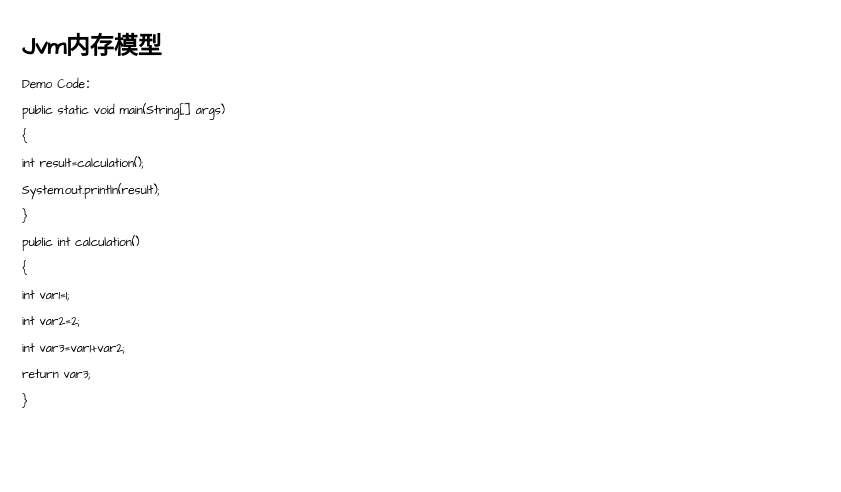
This is draw.io/Java学习笔记-JVM.drawio from risfeng/resources, a draw.io file, before an edit. Source tidied: cells renumbered, new cells numbered last; positions are measured from the earlier drawing's top-left corner, leaving out a move shared by most shapes. Both pictures are drawn from the tidied source at 100%, with x=0, y=0 at pixel (17, 27).
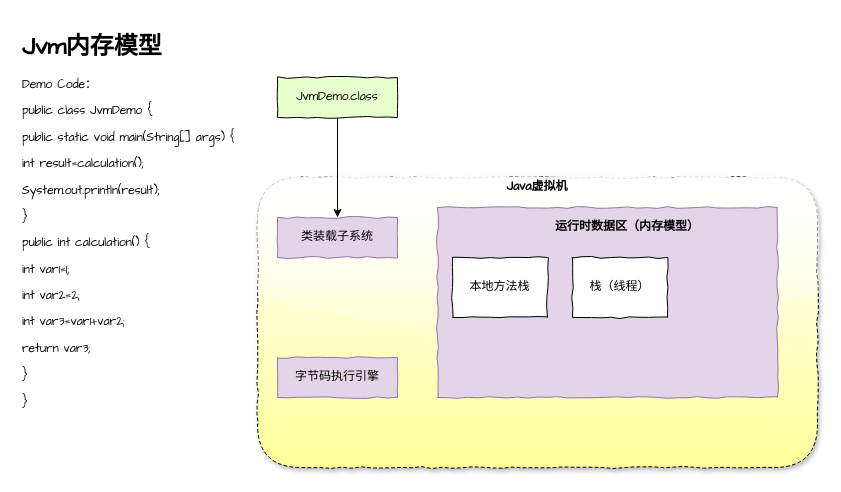
Above is the later version.

Commit message (it also covers changes not shown here):
更新Java学习笔记-JVM.drawio

Change to the diagram source:
```diff
@@
 <mxGraphModel>
   <root>
     <mxCell id="0" />
     <mxCell id="1" parent="0" />
-    <mxCell id="2" value="&lt;h1&gt;Jvm内存模型&lt;/h1&gt;&lt;p&gt;Demo Code：&lt;/p&gt;&lt;p&gt;public static void main(String[] args)&lt;/p&gt;&lt;p&gt;{&lt;/p&gt;&lt;p&gt;int result=calculation();&lt;/p&gt;&lt;p&gt;System.out.println(result);&lt;/p&gt;&lt;p&gt;}&lt;/p&gt;&lt;p&gt;&lt;span&gt;public int calculation()&lt;/span&gt;&lt;br&gt;&lt;/p&gt;&lt;p&gt;{&lt;/p&gt;&lt;p&gt;int var1=1;&lt;/p&gt;&lt;p&gt;int var2=2;&lt;/p&gt;&lt;p&gt;int var3=var1+var2;&lt;/p&gt;&lt;p&gt;return var3;&lt;/p&gt;&lt;p&gt;}&lt;/p&gt;" style="text;html=1;strokeColor=none;fillColor=none;spacing=5;spacingTop=-20;whiteSpace=wrap;overflow=hidden;rounded=0;fontFamily=Comic Sans MS;comic=1;" parent="1" vertex="1">
-      <mxGeometry width="260" height="410" as="geometry" />
+    <mxCell id="2" value="&lt;h1&gt;Jvm内存模型&lt;/h1&gt;&lt;p&gt;Demo Code：&lt;/p&gt;&lt;p&gt;public class JvmDemo {&lt;/p&gt;&lt;p&gt;public static void main(String[] args)&amp;nbsp;&lt;span&gt;{&lt;/span&gt;&lt;/p&gt;&lt;p&gt;int result=calculation();&lt;/p&gt;&lt;p&gt;System.out.println(result);&lt;/p&gt;&lt;p&gt;}&lt;/p&gt;&lt;p&gt;&lt;span&gt;public int calculation()&amp;nbsp;&lt;/span&gt;&lt;span&gt;{&lt;/span&gt;&lt;/p&gt;&lt;p&gt;int var1=1;&lt;/p&gt;&lt;p&gt;int var2=2;&lt;/p&gt;&lt;p&gt;int var3=var1+var2;&lt;/p&gt;&lt;p&gt;return var3;&lt;/p&gt;&lt;p&gt;}&lt;/p&gt;&lt;p&gt;}&lt;/p&gt;" style="text;html=1;strokeColor=none;fillColor=none;spacing=5;spacingTop=-20;whiteSpace=wrap;overflow=hidden;rounded=0;fontFamily=Comic Sans MS;comic=1;" parent="1" vertex="1">
+      <mxGeometry width="260" height="440" as="geometry" />
     </mxCell>
+    <mxCell id="3" style="group;" parent="1" vertex="1">
+      <mxGeometry x="240" y="150" width="560" height="290" as="geometry" />
+    </mxCell>
+    <mxCell id="4" style="rounded=1;html=1;comic=1;fontFamily=Comic Sans MS;textOpacity=0;dashed=1;fillColor=#ffffff;gradientColor=#FFFF99;glass=1;shadow=1;" parent="3" vertex="1">
+      <mxGeometry width="560" height="290" as="geometry" />
+    </mxCell>
+    <mxCell id="5" value="Java虚拟机" style="text;html=1;strokeColor=none;fillColor=none;align=center;verticalAlign=middle;whiteSpace=wrap;rounded=1;comic=1;fontFamily=Comic Sans MS;fontStyle=1;glass=1;shadow=1;" parent="3" vertex="1">
+      <mxGeometry x="245" width="70" height="20" as="geometry" />
+    </mxCell>
+    <mxCell id="6" value="类装载子系统" style="rounded=0;whiteSpace=wrap;html=1;comic=1;fontFamily=Comic Sans MS;fillColor=#e1d5e7;strokeColor=#9673a6;" parent="3" vertex="1">
+      <mxGeometry x="20" y="40" width="120" height="40" as="geometry" />
+    </mxCell>
+    <mxCell id="7" value="字节码执行引擎" style="rounded=0;whiteSpace=wrap;html=1;comic=1;fontFamily=Comic Sans MS;fillColor=#e1d5e7;strokeColor=#9673a6;" parent="3" vertex="1">
+      <mxGeometry x="20" y="180" width="120" height="40" as="geometry" />
+    </mxCell>
+    <mxCell id="8" style="rounded=0;whiteSpace=wrap;html=1;comic=1;fontFamily=Comic Sans MS;fillColor=#e1d5e7;strokeColor=#9673a6;" parent="3" vertex="1">
+      <mxGeometry x="180" y="30" width="340" height="190" as="geometry" />
+    </mxCell>
+    <mxCell id="9" value="运行时数据区（内存模型）" style="text;html=1;strokeColor=none;fillColor=none;align=center;verticalAlign=middle;whiteSpace=wrap;rounded=1;comic=1;fontFamily=Comic Sans MS;fontStyle=1;glass=1;shadow=1;" parent="3" vertex="1">
+      <mxGeometry x="290" y="40" width="160" height="20" as="geometry" />
+    </mxCell>
+    <mxCell id="10" value="本地方法栈" style="rounded=0;whiteSpace=wrap;html=1;comic=1;fontFamily=Comic Sans MS;" parent="3" vertex="1">
+      <mxGeometry x="195" y="80" width="95" height="60" as="geometry" />
+    </mxCell>
+    <mxCell id="11" value="栈（线程）" style="rounded=0;whiteSpace=wrap;html=1;comic=1;fontFamily=Comic Sans MS;" parent="3" vertex="1">
+      <mxGeometry x="315" y="80" width="95" height="60" as="geometry" />
+    </mxCell>
+    <mxCell id="12" value="JvmDemo.class" style="rounded=0;whiteSpace=wrap;html=1;comic=1;fontFamily=Comic Sans MS;fillColor=#E6FFCC;" parent="1" vertex="1">
+      <mxGeometry x="260" y="50" width="120" height="40" as="geometry" />
+    </mxCell>
+    <mxCell id="13" style="edgeStyle=orthogonalEdgeStyle;rounded=0;jettySize=auto;html=1;entryX=0.5;entryY=0;entryDx=0;entryDy=0;fontFamily=Comic Sans MS;verticalAlign=top;" parent="1" edge="1" source="12" target="6">
+      <mxGeometry relative="1" as="geometry" />
+    </mxCell>
   </root>
 </mxGraphModel>
```
